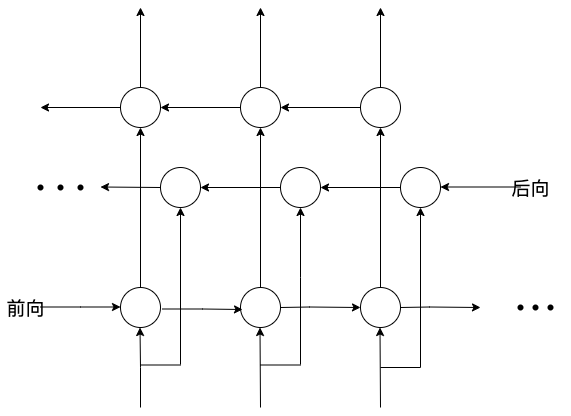
Above: lstm2.png in aohongchang/study (draw.io), before the change. Source tidied: cells renumbered, new cells last; positions are measured from the earlier drawing's top-left corner, leaving out a move shared by most shapes. The source it was exported from:
```xml
<mxGraphModel>
  <root>
    <mxCell id="0" />
    <mxCell id="1" parent="0" />
    <mxCell id="2" style="edgeStyle=none;rounded=0;jettySize=auto;html=1;exitX=0.5;exitY=0;exitDx=0;exitDy=0;" parent="1" edge="1" source="4">
      <mxGeometry relative="1" as="geometry">
        <mxPoint x="140" as="targetPoint" />
      </mxGeometry>
    </mxCell>
    <mxCell id="3" style="edgeStyle=none;rounded=0;jettySize=auto;html=1;exitX=0;exitY=0.5;exitDx=0;exitDy=0;" parent="1" edge="1" source="4">
      <mxGeometry relative="1" as="geometry">
        <mxPoint x="40" y="100" as="targetPoint" />
        <Array as="points">
          <mxPoint x="40" y="100" />
        </Array>
      </mxGeometry>
    </mxCell>
    <mxCell id="4" style="ellipse;whiteSpace=wrap;html=1;" parent="1" vertex="1">
      <mxGeometry x="120" y="80" width="40" height="40" as="geometry" />
    </mxCell>
    <mxCell id="5" style="edgeStyle=none;rounded=0;jettySize=auto;html=1;exitX=0.5;exitY=0;exitDx=0;exitDy=0;" parent="1" edge="1" source="7">
      <mxGeometry relative="1" as="geometry">
        <mxPoint x="260" as="targetPoint" />
      </mxGeometry>
    </mxCell>
    <mxCell id="6" style="edgeStyle=none;rounded=0;jettySize=auto;html=1;exitX=0;exitY=0.5;exitDx=0;exitDy=0;entryX=1;entryY=0.5;entryDx=0;entryDy=0;" parent="1" edge="1" source="7" target="4">
      <mxGeometry relative="1" as="geometry" />
    </mxCell>
    <mxCell id="7" style="ellipse;whiteSpace=wrap;html=1;" parent="1" vertex="1">
      <mxGeometry x="240" y="80" width="40" height="40" as="geometry" />
    </mxCell>
    <mxCell id="8" style="edgeStyle=none;rounded=0;jettySize=auto;html=1;exitX=0.5;exitY=0;exitDx=0;exitDy=0;" parent="1" edge="1" source="10">
      <mxGeometry relative="1" as="geometry">
        <mxPoint x="380" as="targetPoint" />
      </mxGeometry>
    </mxCell>
    <mxCell id="9" style="edgeStyle=none;rounded=0;jettySize=auto;html=1;exitX=0;exitY=0.5;exitDx=0;exitDy=0;entryX=1;entryY=0.5;entryDx=0;entryDy=0;" parent="1" edge="1" source="10" target="7">
      <mxGeometry relative="1" as="geometry" />
    </mxCell>
    <mxCell id="10" style="ellipse;whiteSpace=wrap;html=1;" parent="1" vertex="1">
      <mxGeometry x="360" y="80" width="40" height="40" as="geometry" />
    </mxCell>
    <mxCell id="11" style="edgeStyle=none;rounded=0;jettySize=auto;html=1;exitX=0.5;exitY=0;exitDx=0;exitDy=0;entryX=0.5;entryY=1;entryDx=0;entryDy=0;" parent="1" edge="1" source="12" target="4">
      <mxGeometry relative="1" as="geometry" />
    </mxCell>
    <mxCell id="12" style="ellipse;whiteSpace=wrap;html=1;" parent="1" vertex="1">
      <mxGeometry x="120" y="280" width="40" height="40" as="geometry" />
    </mxCell>
    <mxCell id="13" style="edgeStyle=none;rounded=0;jettySize=auto;html=1;exitX=0.5;exitY=0;exitDx=0;exitDy=0;entryX=0.5;entryY=1;entryDx=0;entryDy=0;" parent="1" edge="1" source="14" target="7">
      <mxGeometry relative="1" as="geometry" />
    </mxCell>
    <mxCell id="14" style="ellipse;whiteSpace=wrap;html=1;" parent="1" vertex="1">
      <mxGeometry x="240" y="280" width="40" height="40" as="geometry" />
    </mxCell>
    <mxCell id="15" style="edgeStyle=none;rounded=0;jettySize=auto;html=1;exitX=0.5;exitY=0;exitDx=0;exitDy=0;entryX=0.5;entryY=1;entryDx=0;entryDy=0;" parent="1" edge="1" source="16" target="10">
      <mxGeometry relative="1" as="geometry" />
    </mxCell>
    <mxCell id="16" style="ellipse;whiteSpace=wrap;html=1;" parent="1" vertex="1">
      <mxGeometry x="360" y="280" width="40" height="40" as="geometry" />
    </mxCell>
    <mxCell id="17" style="edgeStyle=none;rounded=0;jettySize=auto;html=1;exitX=0;exitY=0.5;exitDx=0;exitDy=0;entryX=1;entryY=0.5;entryDx=0;entryDy=0;" parent="1" edge="1" source="18" target="33">
      <mxGeometry relative="1" as="geometry" />
    </mxCell>
    <mxCell id="18" style="ellipse;whiteSpace=wrap;html=1;" parent="1" vertex="1">
      <mxGeometry x="280" y="160" width="40" height="40" as="geometry" />
    </mxCell>
    <mxCell id="19" style="edgeStyle=none;rounded=0;jettySize=auto;html=1;exitX=0;exitY=0.5;exitDx=0;exitDy=0;entryX=1;entryY=0.5;entryDx=0;entryDy=0;" parent="1" edge="1" source="20" target="18">
      <mxGeometry relative="1" as="geometry" />
    </mxCell>
    <mxCell id="20" style="ellipse;whiteSpace=wrap;html=1;" parent="1" vertex="1">
      <mxGeometry x="400" y="160" width="40" height="40" as="geometry" />
    </mxCell>
    <mxCell id="21" style="edgeStyle=none;rounded=0;orthogonalLoop=1;jettySize=auto;html=1;entryX=0.5;entryY=1;entryDx=0;entryDy=0;" parent="1" edge="1">
      <mxGeometry relative="1" as="geometry">
        <mxPoint x="140" y="400" as="sourcePoint" />
        <mxPoint x="139.5" y="320" as="targetPoint" />
        <Array as="points">
          <mxPoint x="140" y="360" />
        </Array>
      </mxGeometry>
    </mxCell>
    <mxCell id="22" style="edgeStyle=none;rounded=0;orthogonalLoop=1;jettySize=auto;html=1;entryX=0.5;entryY=1;entryDx=0;entryDy=0;" parent="1" edge="1">
      <mxGeometry relative="1" as="geometry">
        <mxPoint x="260" y="400" as="sourcePoint" />
        <mxPoint x="259.5" y="320" as="targetPoint" />
      </mxGeometry>
    </mxCell>
    <mxCell id="23" style="edgeStyle=none;rounded=0;orthogonalLoop=1;jettySize=auto;html=1;entryX=0.5;entryY=1;entryDx=0;entryDy=0;" parent="1" edge="1">
      <mxGeometry relative="1" as="geometry">
        <mxPoint x="380" y="400" as="sourcePoint" />
        <mxPoint x="379.5" y="320" as="targetPoint" />
      </mxGeometry>
    </mxCell>
    <mxCell id="24" style="edgeStyle=none;rounded=0;jettySize=auto;html=1;exitX=0;exitY=0.5;exitDx=0;exitDy=0;startArrow=none;" parent="1" edge="1" source="33">
      <mxGeometry relative="1" as="geometry">
        <mxPoint x="100" y="180" as="targetPoint" />
        <Array as="points">
          <mxPoint x="100" y="179.5" />
        </Array>
      </mxGeometry>
    </mxCell>
    <mxCell id="25" style="edgeStyle=none;rounded=0;jettySize=auto;html=1;entryX=0.5;entryY=1;entryDx=0;entryDy=0;" parent="1" edge="1" source="26" target="33">
      <mxGeometry relative="1" as="geometry" />
    </mxCell>
    <mxCell id="26" style="line;strokeWidth=1;html=1;perimeter=backbonePerimeter;points=[];outlineConnect=0;" parent="1" vertex="1">
      <mxGeometry x="140" y="350" width="40" height="15" as="geometry" />
    </mxCell>
    <mxCell id="27" style="edgeStyle=orthogonalEdgeStyle;rounded=0;jettySize=auto;html=1;entryX=0.5;entryY=1;entryDx=0;entryDy=0;" parent="1" edge="1" source="28" target="18">
      <mxGeometry relative="1" as="geometry">
        <Array as="points">
          <mxPoint x="300" y="270" />
          <mxPoint x="300" y="270" />
        </Array>
      </mxGeometry>
    </mxCell>
    <mxCell id="28" style="line;strokeWidth=1;html=1;perimeter=backbonePerimeter;points=[];outlineConnect=0;direction=west;" parent="1" vertex="1">
      <mxGeometry x="260" y="350" width="40" height="15" as="geometry" />
    </mxCell>
    <mxCell id="29" style="endArrow=classic;html=1;rounded=0;edgeStyle=orthogonalEdgeStyle;entryX=0.5;entryY=1;entryDx=0;entryDy=0;" parent="1" edge="1" target="20">
      <mxGeometry relative="1" as="geometry">
        <mxPoint x="380" y="360" as="sourcePoint" />
      </mxGeometry>
    </mxCell>
    <mxCell id="30" style="endArrow=classic;html=1;rounded=0;" parent="1" edge="1">
      <mxGeometry relative="1" as="geometry">
        <mxPoint x="40" y="299.5" as="sourcePoint" />
        <mxPoint x="120" y="299.5" as="targetPoint" />
        <Array as="points">
          <mxPoint x="80" y="299.5" />
        </Array>
      </mxGeometry>
    </mxCell>
    <mxCell id="31" style="endArrow=classic;html=1;rounded=0;" parent="1" edge="1">
      <mxGeometry relative="1" as="geometry">
        <mxPoint x="162" y="301.5" as="sourcePoint" />
        <mxPoint x="242" y="302" as="targetPoint" />
        <Array as="points">
          <mxPoint x="202" y="301.5" />
        </Array>
      </mxGeometry>
    </mxCell>
    <mxCell id="32" style="endArrow=classic;html=1;rounded=0;" parent="1" edge="1">
      <mxGeometry relative="1" as="geometry">
        <mxPoint x="280" y="300" as="sourcePoint" />
        <mxPoint x="360" y="300" as="targetPoint" />
        <Array as="points">
          <mxPoint x="309" y="299.5" />
        </Array>
      </mxGeometry>
    </mxCell>
    <mxCell id="33" style="ellipse;whiteSpace=wrap;html=1;" parent="1" vertex="1">
      <mxGeometry x="160" y="160" width="40" height="40" as="geometry" />
    </mxCell>
    <mxCell id="34" style="edgeStyle=none;rounded=0;jettySize=auto;html=1;exitX=0;exitY=0.5;exitDx=0;exitDy=0;endArrow=none;" parent="1" edge="1" target="33">
      <mxGeometry relative="1" as="geometry">
        <mxPoint x="180" y="179.5" as="sourcePoint" />
      </mxGeometry>
    </mxCell>
    <mxCell id="35" value="&lt;font style=&quot;font-size: 19px&quot;&gt;前向&lt;/font&gt;" style="text;html=1;align=center;verticalAlign=middle;strokeColor=none;fillColor=none;" parent="1" vertex="1">
      <mxGeometry y="290" width="50" height="20" as="geometry" />
    </mxCell>
    <mxCell id="36" style="edgeStyle=none;rounded=0;orthogonalLoop=1;jettySize=auto;html=1;exitX=0;exitY=0.5;exitDx=0;exitDy=0;" parent="1" edge="1">
      <mxGeometry relative="1" as="geometry">
        <mxPoint x="520" y="179.5" as="sourcePoint" />
        <mxPoint x="440" y="179.5" as="targetPoint" />
        <Array as="points">
          <mxPoint x="440" y="179.5" />
        </Array>
      </mxGeometry>
    </mxCell>
    <mxCell id="37" value="后向" style="text;html=1;align=center;verticalAlign=middle;strokeColor=none;fillColor=none;fontSize=19;" parent="1" vertex="1">
      <mxGeometry x="505" y="165" width="50" height="30" as="geometry" />
    </mxCell>
    <mxCell id="38" style="endArrow=classic;html=1;rounded=0;" parent="1" edge="1">
      <mxGeometry relative="1" as="geometry">
        <mxPoint x="400" y="300" as="sourcePoint" />
        <mxPoint x="480" y="300" as="targetPoint" />
        <Array as="points">
          <mxPoint x="429" y="299.5" />
        </Array>
      </mxGeometry>
    </mxCell>
    <mxCell id="39" style="shape=waypoint;sketch=0;fillStyle=solid;size=6;fillColor=none;perimeter=centerPerimeter;fontSize=19;strokeWidth=1;" parent="1" vertex="1">
      <mxGeometry x="515" y="280" width="40" height="40" as="geometry" />
    </mxCell>
    <mxCell id="40" style="shape=waypoint;sketch=0;fillStyle=solid;size=6;fillColor=none;perimeter=centerPerimeter;fontSize=19;strokeWidth=1;" parent="1" vertex="1">
      <mxGeometry x="500" y="280" width="40" height="40" as="geometry" />
    </mxCell>
    <mxCell id="41" style="shape=waypoint;sketch=0;fillStyle=solid;size=6;fillColor=none;perimeter=centerPerimeter;fontSize=19;strokeWidth=1;" parent="1" vertex="1">
      <mxGeometry x="530" y="280" width="40" height="40" as="geometry" />
    </mxCell>
    <mxCell id="42" style="shape=waypoint;sketch=0;fillStyle=solid;size=6;fillColor=none;perimeter=centerPerimeter;fontSize=19;strokeWidth=1;" parent="1" vertex="1">
      <mxGeometry x="60" y="160" width="40" height="40" as="geometry" />
    </mxCell>
    <mxCell id="43" style="shape=waypoint;sketch=0;fillStyle=solid;size=6;fillColor=none;perimeter=centerPerimeter;fontSize=19;strokeWidth=1;" parent="1" vertex="1">
      <mxGeometry x="40" y="160" width="40" height="40" as="geometry" />
    </mxCell>
    <mxCell id="44" style="shape=waypoint;sketch=0;fillStyle=solid;size=6;fillColor=none;perimeter=centerPerimeter;fontSize=19;strokeWidth=1;" parent="1" vertex="1">
      <mxGeometry x="20" y="160" width="40" height="40" as="geometry" />
    </mxCell>
  </root>
</mxGraphModel>
```
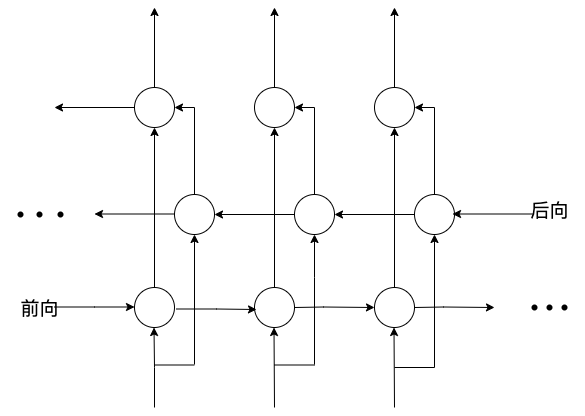
Above is the later version.

Change to the diagram source:
```diff
@@ -1,4 +1,4 @@
-<mxGraphModel>
+<mxGraphModel background="#FFFFFF">
   <root>
     <mxCell id="0" />
     <mxCell id="1" parent="0" />
@@ -15,7 +15,7 @@
         </Array>
       </mxGeometry>
     </mxCell>
-    <mxCell id="4" style="ellipse;whiteSpace=wrap;html=1;" parent="1" vertex="1">
+    <mxCell id="4" style="ellipse;whiteSpace=wrap;html=1;fillColor=none;" parent="1" vertex="1">
       <mxGeometry x="120" y="80" width="40" height="40" as="geometry" />
     </mxCell>
     <mxCell id="5" style="edgeStyle=none;rounded=0;jettySize=auto;html=1;exitX=0.5;exitY=0;exitDx=0;exitDy=0;" parent="1" edge="1" source="7">
@@ -23,10 +23,7 @@
         <mxPoint x="260" as="targetPoint" />
       </mxGeometry>
     </mxCell>
-    <mxCell id="6" style="edgeStyle=none;rounded=0;jettySize=auto;html=1;exitX=0;exitY=0.5;exitDx=0;exitDy=0;entryX=1;entryY=0.5;entryDx=0;entryDy=0;" parent="1" edge="1" source="7" target="4">
-      <mxGeometry relative="1" as="geometry" />
-    </mxCell>
-    <mxCell id="7" style="ellipse;whiteSpace=wrap;html=1;" parent="1" vertex="1">
+    <mxCell id="7" style="ellipse;whiteSpace=wrap;html=1;fillColor=none;" parent="1" vertex="1">
       <mxGeometry x="240" y="80" width="40" height="40" as="geometry" />
     </mxCell>
     <mxCell id="8" style="edgeStyle=none;rounded=0;jettySize=auto;html=1;exitX=0.5;exitY=0;exitDx=0;exitDy=0;" parent="1" edge="1" source="10">
@@ -34,41 +31,44 @@
         <mxPoint x="380" as="targetPoint" />
       </mxGeometry>
     </mxCell>
-    <mxCell id="9" style="edgeStyle=none;rounded=0;jettySize=auto;html=1;exitX=0;exitY=0.5;exitDx=0;exitDy=0;entryX=1;entryY=0.5;entryDx=0;entryDy=0;" parent="1" edge="1" source="10" target="7">
-      <mxGeometry relative="1" as="geometry" />
-    </mxCell>
-    <mxCell id="10" style="ellipse;whiteSpace=wrap;html=1;" parent="1" vertex="1">
+    <mxCell id="10" style="ellipse;whiteSpace=wrap;html=1;fillColor=none;" parent="1" vertex="1">
       <mxGeometry x="360" y="80" width="40" height="40" as="geometry" />
     </mxCell>
     <mxCell id="11" style="edgeStyle=none;rounded=0;jettySize=auto;html=1;exitX=0.5;exitY=0;exitDx=0;exitDy=0;entryX=0.5;entryY=1;entryDx=0;entryDy=0;" parent="1" edge="1" source="12" target="4">
       <mxGeometry relative="1" as="geometry" />
     </mxCell>
-    <mxCell id="12" style="ellipse;whiteSpace=wrap;html=1;" parent="1" vertex="1">
+    <mxCell id="12" style="ellipse;whiteSpace=wrap;html=1;fillColor=none;" parent="1" vertex="1">
       <mxGeometry x="120" y="280" width="40" height="40" as="geometry" />
     </mxCell>
     <mxCell id="13" style="edgeStyle=none;rounded=0;jettySize=auto;html=1;exitX=0.5;exitY=0;exitDx=0;exitDy=0;entryX=0.5;entryY=1;entryDx=0;entryDy=0;" parent="1" edge="1" source="14" target="7">
       <mxGeometry relative="1" as="geometry" />
     </mxCell>
-    <mxCell id="14" style="ellipse;whiteSpace=wrap;html=1;" parent="1" vertex="1">
+    <mxCell id="14" style="ellipse;whiteSpace=wrap;html=1;fillColor=none;" parent="1" vertex="1">
       <mxGeometry x="240" y="280" width="40" height="40" as="geometry" />
     </mxCell>
     <mxCell id="15" style="edgeStyle=none;rounded=0;jettySize=auto;html=1;exitX=0.5;exitY=0;exitDx=0;exitDy=0;entryX=0.5;entryY=1;entryDx=0;entryDy=0;" parent="1" edge="1" source="16" target="10">
       <mxGeometry relative="1" as="geometry" />
     </mxCell>
-    <mxCell id="16" style="ellipse;whiteSpace=wrap;html=1;" parent="1" vertex="1">
+    <mxCell id="16" style="ellipse;whiteSpace=wrap;html=1;fillColor=none;" parent="1" vertex="1">
       <mxGeometry x="360" y="280" width="40" height="40" as="geometry" />
     </mxCell>
     <mxCell id="17" style="edgeStyle=none;rounded=0;jettySize=auto;html=1;exitX=0;exitY=0.5;exitDx=0;exitDy=0;entryX=1;entryY=0.5;entryDx=0;entryDy=0;" parent="1" edge="1" source="18" target="33">
       <mxGeometry relative="1" as="geometry" />
     </mxCell>
+    <mxCell id="45" style="edgeStyle=orthogonalEdgeStyle;rounded=0;jettySize=auto;html=1;exitX=0.5;exitY=0;exitDx=0;exitDy=0;entryX=1;entryY=0.5;entryDx=0;entryDy=0;fontSize=19;" parent="1" edge="1" source="18" target="7">
+      <mxGeometry relative="1" as="geometry" />
+    </mxCell>
-    <mxCell id="18" style="ellipse;whiteSpace=wrap;html=1;" parent="1" vertex="1">
-      <mxGeometry x="280" y="160" width="40" height="40" as="geometry" />
+    <mxCell id="18" style="ellipse;whiteSpace=wrap;html=1;fillColor=none;" parent="1" vertex="1">
+      <mxGeometry x="280" y="187" width="40" height="40" as="geometry" />
     </mxCell>
     <mxCell id="19" style="edgeStyle=none;rounded=0;jettySize=auto;html=1;exitX=0;exitY=0.5;exitDx=0;exitDy=0;entryX=1;entryY=0.5;entryDx=0;entryDy=0;" parent="1" edge="1" source="20" target="18">
       <mxGeometry relative="1" as="geometry" />
     </mxCell>
+    <mxCell id="46" style="edgeStyle=orthogonalEdgeStyle;rounded=0;jettySize=auto;html=1;exitX=0.5;exitY=0;exitDx=0;exitDy=0;entryX=1;entryY=0.5;entryDx=0;entryDy=0;fontSize=19;" parent="1" edge="1" source="20" target="10">
+      <mxGeometry relative="1" as="geometry" />
+    </mxCell>
-    <mxCell id="20" style="ellipse;whiteSpace=wrap;html=1;" parent="1" vertex="1">
-      <mxGeometry x="400" y="160" width="40" height="40" as="geometry" />
+    <mxCell id="20" style="ellipse;whiteSpace=wrap;html=1;fillColor=none;" parent="1" vertex="1">
+      <mxGeometry x="400" y="187" width="40" height="40" as="geometry" />
     </mxCell>
     <mxCell id="21" style="edgeStyle=none;rounded=0;orthogonalLoop=1;jettySize=auto;html=1;entryX=0.5;entryY=1;entryDx=0;entryDy=0;" parent="1" edge="1">
       <mxGeometry relative="1" as="geometry">
@@ -91,14 +91,6 @@
         <mxPoint x="379.5" y="320" as="targetPoint" />
       </mxGeometry>
     </mxCell>
-    <mxCell id="24" style="edgeStyle=none;rounded=0;jettySize=auto;html=1;exitX=0;exitY=0.5;exitDx=0;exitDy=0;startArrow=none;" parent="1" edge="1" source="33">
-      <mxGeometry relative="1" as="geometry">
-        <mxPoint x="100" y="180" as="targetPoint" />
-        <Array as="points">
-          <mxPoint x="100" y="179.5" />
-        </Array>
-      </mxGeometry>
-    </mxCell>
     <mxCell id="25" style="edgeStyle=none;rounded=0;jettySize=auto;html=1;entryX=0.5;entryY=1;entryDx=0;entryDy=0;" parent="1" edge="1" source="26" target="33">
       <mxGeometry relative="1" as="geometry" />
     </mxCell>
@@ -148,28 +140,26 @@
         </Array>
       </mxGeometry>
     </mxCell>
+    <mxCell id="47" style="edgeStyle=orthogonalEdgeStyle;rounded=0;jettySize=auto;html=1;exitX=0.5;exitY=0;exitDx=0;exitDy=0;fontSize=19;entryX=1;entryY=0.5;entryDx=0;entryDy=0;" parent="1" edge="1" source="33" target="4">
+      <mxGeometry relative="1" as="geometry" />
+    </mxCell>
-    <mxCell id="33" style="ellipse;whiteSpace=wrap;html=1;" parent="1" vertex="1">
-      <mxGeometry x="160" y="160" width="40" height="40" as="geometry" />
+    <mxCell id="33" style="ellipse;whiteSpace=wrap;html=1;fillColor=none;" parent="1" vertex="1">
+      <mxGeometry x="160" y="187" width="40" height="40" as="geometry" />
     </mxCell>
-    <mxCell id="34" style="edgeStyle=none;rounded=0;jettySize=auto;html=1;exitX=0;exitY=0.5;exitDx=0;exitDy=0;endArrow=none;" parent="1" edge="1" target="33">
-      <mxGeometry relative="1" as="geometry">
-        <mxPoint x="180" y="179.5" as="sourcePoint" />
-      </mxGeometry>
-    </mxCell>
     <mxCell id="35" value="&lt;font style=&quot;font-size: 19px&quot;&gt;前向&lt;/font&gt;" style="text;html=1;align=center;verticalAlign=middle;strokeColor=none;fillColor=none;" parent="1" vertex="1">
       <mxGeometry y="290" width="50" height="20" as="geometry" />
     </mxCell>
     <mxCell id="36" style="edgeStyle=none;rounded=0;orthogonalLoop=1;jettySize=auto;html=1;exitX=0;exitY=0.5;exitDx=0;exitDy=0;" parent="1" edge="1">
       <mxGeometry relative="1" as="geometry">
-        <mxPoint x="520" y="179.5" as="sourcePoint" />
-        <mxPoint x="440" y="179.5" as="targetPoint" />
+        <mxPoint x="518" y="206.5" as="sourcePoint" />
+        <mxPoint x="438" y="206.5" as="targetPoint" />
         <Array as="points">
-          <mxPoint x="440" y="179.5" />
+          <mxPoint x="438" y="206.5" />
         </Array>
       </mxGeometry>
     </mxCell>
     <mxCell id="37" value="后向" style="text;html=1;align=center;verticalAlign=middle;strokeColor=none;fillColor=none;fontSize=19;" parent="1" vertex="1">
-      <mxGeometry x="505" y="165" width="50" height="30" as="geometry" />
+      <mxGeometry x="510" y="187" width="50" height="30" as="geometry" />
     </mxCell>
     <mxCell id="38" style="endArrow=classic;html=1;rounded=0;" parent="1" edge="1">
       <mxGeometry relative="1" as="geometry">
@@ -190,13 +180,19 @@
       <mxGeometry x="530" y="280" width="40" height="40" as="geometry" />
     </mxCell>
     <mxCell id="42" style="shape=waypoint;sketch=0;fillStyle=solid;size=6;fillColor=none;perimeter=centerPerimeter;fontSize=19;strokeWidth=1;" parent="1" vertex="1">
-      <mxGeometry x="60" y="160" width="40" height="40" as="geometry" />
+      <mxGeometry x="26" y="187" width="40" height="40" as="geometry" />
     </mxCell>
     <mxCell id="43" style="shape=waypoint;sketch=0;fillStyle=solid;size=6;fillColor=none;perimeter=centerPerimeter;fontSize=19;strokeWidth=1;" parent="1" vertex="1">
-      <mxGeometry x="40" y="160" width="40" height="40" as="geometry" />
+      <mxGeometry x="5" y="187" width="40" height="40" as="geometry" />
     </mxCell>
     <mxCell id="44" style="shape=waypoint;sketch=0;fillStyle=solid;size=6;fillColor=none;perimeter=centerPerimeter;fontSize=19;strokeWidth=1;" parent="1" vertex="1">
-      <mxGeometry x="20" y="160" width="40" height="40" as="geometry" />
+      <mxGeometry x="-14" y="187" width="40" height="40" as="geometry" />
     </mxCell>
+    <mxCell id="48" style="edgeStyle=none;rounded=0;orthogonalLoop=1;jettySize=auto;html=1;exitX=0;exitY=0.5;exitDx=0;exitDy=0;entryX=1;entryY=0.5;entryDx=0;entryDy=0;" parent="1" edge="1">
+      <mxGeometry relative="1" as="geometry">
+        <mxPoint x="160" y="206.5" as="sourcePoint" />
+        <mxPoint x="80" y="206.5" as="targetPoint" />
+      </mxGeometry>
+    </mxCell>
   </root>
 </mxGraphModel>
```
